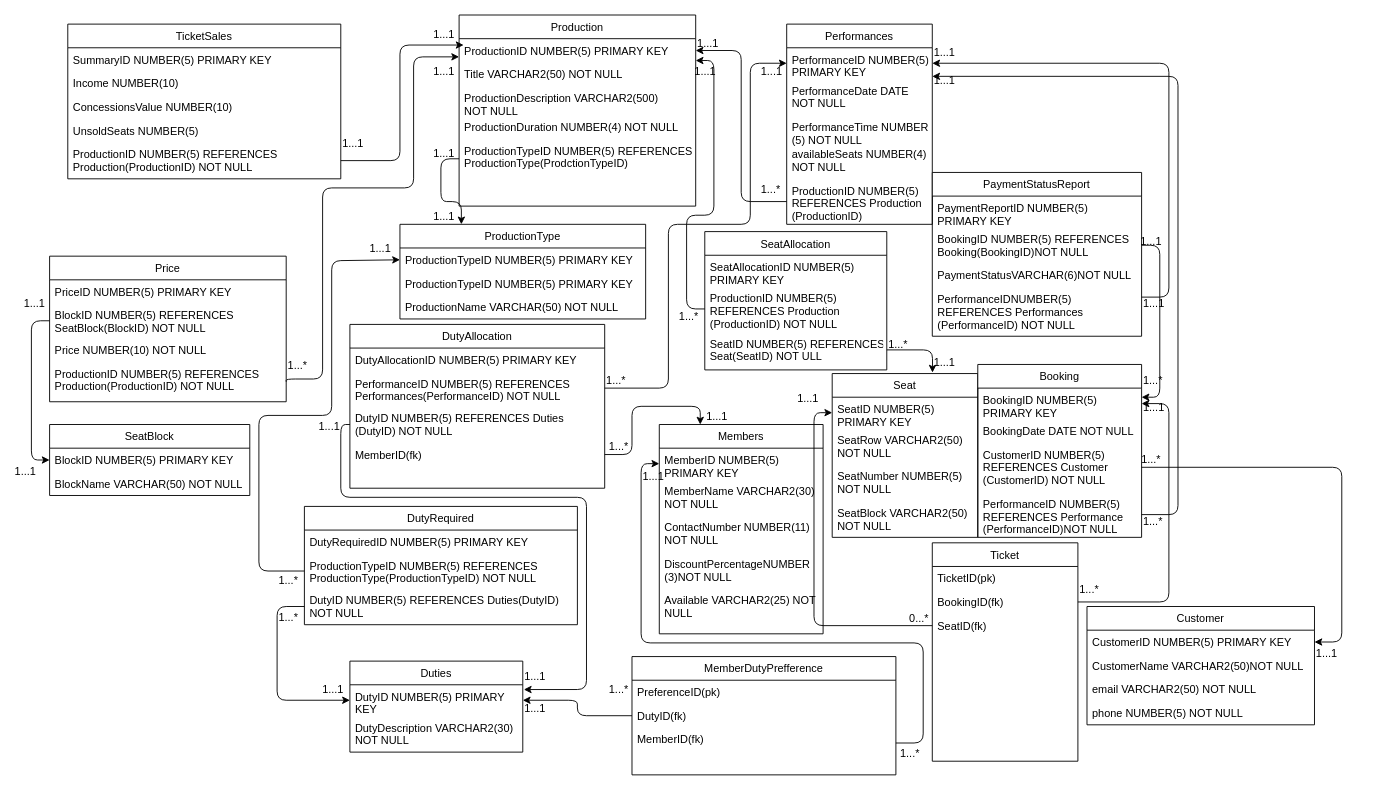
Earlier version of the draw.io diagram Untitled Diagram.drawio (iamheetp/ecomstore). Source tidied: cells renumbered, new cells numbered last; positions are measured from the earlier drawing's top-left corner, leaving out a move shared by most shapes. Both pictures are drawn from the tidied source at 91%, with x=0, y=0 at pixel (13, 15).
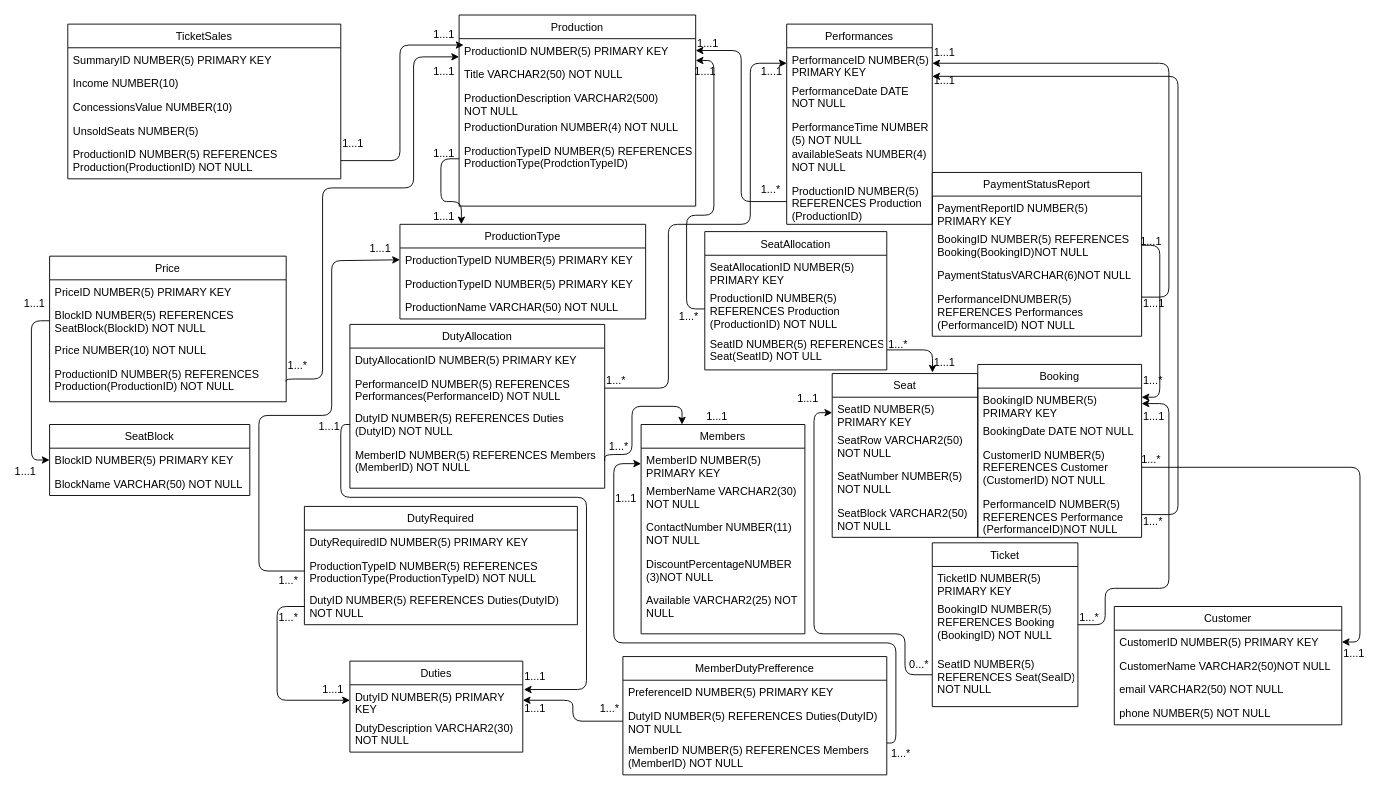
After the change.

The change refers to these unchanged cells:
```xml
<mxCell id="3" value="SeatID NUMBER(5)&#10;PRIMARY KEY" style="text;align=left;verticalAlign=top;spacingLeft=4;spacingRight=4;overflow=hidden;points=[[0,0.5],[1,0.5]];portConstraint=eastwest;" parent="2" vertex="1">
  <mxGeometry y="26" width="160" height="34" as="geometry" />
</mxCell>
<mxCell id="8" value="BookingID NUMBER(5)&#10;PRIMARY KEY" style="text;align=left;verticalAlign=top;spacingLeft=4;spacingRight=4;overflow=hidden;points=[[0,0.5],[1,0.5]];portConstraint=eastwest;" parent="7" vertex="1">
  <mxGeometry y="26" width="180" height="34" as="geometry" />
</mxCell>
<mxCell id="10" value="CustomerID NUMBER(5)&#10;REFERENCES Customer&#10;(CustomerID) NOT NULL" style="text;align=left;verticalAlign=top;spacingLeft=4;spacingRight=4;overflow=hidden;points=[[0,0.5],[1,0.5]];portConstraint=eastwest;" parent="7" vertex="1">
  <mxGeometry y="86" width="180" height="54" as="geometry" />
</mxCell>
<mxCell id="43" value="DutyAllocation" style="swimlane;fontStyle=0;align=center;verticalAlign=top;horizontal=1;startSize=26;rounded=0;shadow=0;strokeWidth=1;" parent="1" vertex="1">
  <mxGeometry x="370" y="340" width="280" height="180" as="geometry" />
</mxCell>
<mxCell id="55" value="MemberID NUMBER(5) &#10;PRIMARY KEY" style="text;align=left;verticalAlign=top;spacingLeft=4;spacingRight=4;overflow=hidden;points=[[0,0.5],[1,0.5]];portConstraint=eastwest;" parent="54" vertex="1">
  <mxGeometry y="26" width="180" height="34" as="geometry" />
</mxCell>
<mxCell id="62" value="CustomerID NUMBER(5) PRIMARY KEY" style="text;align=left;verticalAlign=top;spacingLeft=4;spacingRight=4;overflow=hidden;points=[[0,0.5],[1,0.5]];portConstraint=eastwest;" parent="61" vertex="1">
  <mxGeometry y="26" width="250" height="26" as="geometry" />
</mxCell>
```

Change to the diagram source:
```diff
@@
-    <mxCell id="47" value="MemberID(fk)" style="text;align=left;verticalAlign=top;spacingLeft=4;spacingRight=4;overflow=hidden;points=[[0,0.5],[1,0.5]];portConstraint=eastwest;rounded=0;shadow=0;html=0;" parent="43" vertex="1">
-      <mxGeometry y="130" width="280" height="26" as="geometry" />
+    <mxCell id="47" value="MemberID NUMBER(5) REFERENCES Members&#10;(MemberID) NOT NULL" style="text;align=left;verticalAlign=top;spacingLeft=4;spacingRight=4;overflow=hidden;points=[[0,0.5],[1,0.5]];portConstraint=eastwest;rounded=0;shadow=0;html=0;" parent="43" vertex="1">
+      <mxGeometry y="130" width="280" height="40" as="geometry" />
     </mxCell>
@@
     <mxCell id="53" style="edgeStyle=orthogonalEdgeStyle;rounded=1;jettySize=auto;html=1;exitX=0.25;exitY=0;exitDx=0;exitDy=0;entryX=1;entryY=0.5;entryDx=0;entryDy=0;curved=0;endArrow=none;endFill=0;startArrow=classic;startFill=1;" parent="1" edge="1" source="54" target="47">
-      <mxGeometry relative="1" as="geometry" />
+      <mxGeometry relative="1" as="geometry">
+        <Array as="points">
+          <mxPoint x="735" y="430" />
+          <mxPoint x="680" y="430" />
+          <mxPoint x="680" y="483" />
+        </Array>
+      </mxGeometry>
     </mxCell>
     <mxCell id="54" value="Members" style="swimlane;fontStyle=0;align=center;verticalAlign=top;horizontal=1;startSize=26;rounded=0;shadow=0;strokeWidth=1;" parent="1" vertex="1">
-      <mxGeometry x="710" y="450" width="180" height="230" as="geometry" />
+      <mxGeometry x="690" y="450" width="180" height="230" as="geometry" />
     </mxCell>
@@
     <mxCell id="60" style="edgeStyle=orthogonalEdgeStyle;rounded=1;jettySize=auto;html=1;exitX=1;exitY=0.5;exitDx=0;exitDy=0;entryX=1;entryY=0.5;entryDx=0;entryDy=0;endArrow=none;endFill=0;curved=0;startArrow=classic;startFill=1;" parent="1" edge="1" source="62" target="10">
       <mxGeometry relative="1" as="geometry">
         <Array as="points">
-          <mxPoint x="1460" y="689" />
-          <mxPoint x="1460" y="497" />
+          <mxPoint x="1480" y="689" />
+          <mxPoint x="1480" y="497" />
         </Array>
       </mxGeometry>
     </mxCell>
     <mxCell id="61" value="Customer" style="swimlane;fontStyle=0;align=center;verticalAlign=top;horizontal=1;startSize=26;rounded=0;shadow=0;strokeWidth=1;" parent="1" vertex="1">
-      <mxGeometry x="1180" y="650" width="250" height="130" as="geometry" />
+      <mxGeometry x="1210" y="650" width="250" height="130" as="geometry" />
     </mxCell>
@@
     <mxCell id="66" style="edgeStyle=orthogonalEdgeStyle;rounded=1;jettySize=auto;html=1;exitX=0;exitY=0.5;exitDx=0;exitDy=0;curved=0;endArrow=classic;endFill=1;entryX=0;entryY=0.5;entryDx=0;entryDy=0;startArrow=none;startFill=0;" parent="1" edge="1" source="71" target="3">
-      <mxGeometry relative="1" as="geometry" />
+      <mxGeometry relative="1" as="geometry">
+        <Array as="points">
+          <mxPoint x="980" y="725" />
+          <mxPoint x="980" y="680" />
+          <mxPoint x="880" y="680" />
+          <mxPoint x="880" y="437" />
+        </Array>
+      </mxGeometry>
     </mxCell>
     <mxCell id="67" style="edgeStyle=orthogonalEdgeStyle;rounded=1;jettySize=auto;html=1;curved=0;endArrow=classic;endFill=1;" parent="1" edge="1" source="70" target="8">
       <mxGeometry relative="1" as="geometry">
         <Array as="points">
-          <mxPoint x="1270" y="645" />
+          <mxPoint x="1200" y="670" />
+          <mxPoint x="1200" y="630" />
+          <mxPoint x="1270" y="630" />
           <mxPoint x="1270" y="427" />
         </Array>
       </mxGeometry>
     </mxCell>
     <mxCell id="68" value="Ticket" style="swimlane;fontStyle=0;align=center;verticalAlign=top;horizontal=1;startSize=26;rounded=0;shadow=0;strokeWidth=1;" parent="1" vertex="1">
-      <mxGeometry x="1010" y="580" width="160" height="240" as="geometry" />
+      <mxGeometry x="1010" y="580" width="160" height="180" as="geometry" />
     </mxCell>
-    <mxCell id="69" value="TicketID(pk)" style="text;align=left;verticalAlign=top;spacingLeft=4;spacingRight=4;overflow=hidden;" parent="68" vertex="1">
-      <mxGeometry y="26" width="160" height="26" as="geometry" />
+    <mxCell id="69" value="TicketID NUMBER(5)&#10;PRIMARY KEY" style="text;align=left;verticalAlign=top;spacingLeft=4;spacingRight=4;overflow=hidden;" parent="68" vertex="1">
+      <mxGeometry y="26" width="160" height="34" as="geometry" />
     </mxCell>
-    <mxCell id="70" value="BookingID(fk)" style="text;align=left;verticalAlign=top;spacingLeft=4;spacingRight=4;overflow=hidden;points=[[0,0.5],[1,0.5]];portConstraint=eastwest;rounded=0;shadow=0;html=0;" parent="68" vertex="1">
-      <mxGeometry y="52" width="160" height="26" as="geometry" />
+    <mxCell id="70" value="BookingID NUMBER(5)&#10;REFERENCES Booking&#10;(BookingID) NOT NULL" style="text;align=left;verticalAlign=top;spacingLeft=4;spacingRight=4;overflow=hidden;points=[[0,0.5],[1,0.5]];portConstraint=eastwest;rounded=0;shadow=0;html=0;" parent="68" vertex="1">
+      <mxGeometry y="60" width="160" height="60" as="geometry" />
     </mxCell>
-    <mxCell id="71" value="SeatID(fk)" style="text;align=left;verticalAlign=top;spacingLeft=4;spacingRight=4;overflow=hidden;points=[[0,0.5],[1,0.5]];portConstraint=eastwest;rounded=0;shadow=0;html=0;" parent="68" vertex="1">
-      <mxGeometry y="78" width="160" height="26" as="geometry" />
+    <mxCell id="71" value="SeatID NUMBER(5)&#10;REFERENCES Seat(SeaID)&#10;NOT NULL" style="text;align=left;verticalAlign=top;spacingLeft=4;spacingRight=4;overflow=hidden;points=[[0,0.5],[1,0.5]];portConstraint=eastwest;rounded=0;shadow=0;html=0;" parent="68" vertex="1">
+      <mxGeometry y="120" width="160" height="50" as="geometry" />
     </mxCell>
     <mxCell id="72" value="1...1" style="align=left;verticalAlign=bottom;labelBackgroundColor=none;fontSize=12;" parent="1" vertex="1">
-      <mxGeometry x="1430" y="710" as="geometry" />
+      <mxGeometry x="1460" y="710" as="geometry" />
     </mxCell>
@@
     <mxCell id="102" value="0...*" style="align=left;verticalAlign=bottom;labelBackgroundColor=none;fontSize=12;" parent="1" vertex="1">
-      <mxGeometry x="820" y="515" as="geometry">
+      <mxGeometry x="820" y="565" as="geometry">
         <mxPoint x="163" y="157" as="offset" />
       </mxGeometry>
     </mxCell>
@@
     <mxCell id="104" value="1...*" style="align=left;verticalAlign=bottom;labelBackgroundColor=none;fontSize=12;" parent="1" vertex="1">
-      <mxGeometry x="1170" y="640" as="geometry" />
+      <mxGeometry x="1170" y="670" as="geometry" />
     </mxCell>
     <mxCell id="105" value="1...1" style="align=left;verticalAlign=bottom;labelBackgroundColor=none;fontSize=12;" parent="1" vertex="1">
-      <mxGeometry x="1240" y="440" as="geometry" />
+      <mxGeometry x="1240" y="450" as="geometry" />
     </mxCell>
@@
     <mxCell id="128" style="edgeStyle=orthogonalEdgeStyle;rounded=1;jettySize=auto;html=1;entryX=0;entryY=0.5;entryDx=0;entryDy=0;curved=0;endArrow=classic;endFill=1;" parent="1" edge="1" source="132" target="55">
       <mxGeometry relative="1" as="geometry">
         <Array as="points">
-          <mxPoint x="1000" y="800" />
-          <mxPoint x="1000" y="690" />
-          <mxPoint x="690" y="690" />
-          <mxPoint x="690" y="493" />
+          <mxPoint x="970" y="800" />
+          <mxPoint x="970" y="690" />
+          <mxPoint x="660" y="690" />
+          <mxPoint x="660" y="493" />
         </Array>
       </mxGeometry>
     </mxCell>
     <mxCell id="129" value="MemberDutyPrefference" style="swimlane;fontStyle=0;align=center;verticalAlign=top;horizontal=1;startSize=26;rounded=0;shadow=0;strokeWidth=1;" parent="1" vertex="1">
-      <mxGeometry x="680" y="705" width="290" height="130" as="geometry" />
+      <mxGeometry x="670" y="705" width="290" height="130" as="geometry" />
     </mxCell>
-    <mxCell id="130" value="PreferenceID(pk)" style="text;align=left;verticalAlign=top;spacingLeft=4;spacingRight=4;overflow=hidden;" parent="129" vertex="1">
+    <mxCell id="130" value="PreferenceID NUMBER(5) PRIMARY KEY" style="text;align=left;verticalAlign=top;spacingLeft=4;spacingRight=4;overflow=hidden;" parent="129" vertex="1">
       <mxGeometry y="26" width="290" height="26" as="geometry" />
     </mxCell>
-    <mxCell id="131" value="DutyID(fk)" style="text;align=left;verticalAlign=top;spacingLeft=4;spacingRight=4;overflow=hidden;points=[[0,0.5],[1,0.5]];portConstraint=eastwest;rounded=0;shadow=0;html=0;" parent="129" vertex="1">
-      <mxGeometry y="52" width="290" height="26" as="geometry" />
+    <mxCell id="131" value="DutyID NUMBER(5) REFERENCES Duties(DutyID)&#10;NOT NULL" style="text;align=left;verticalAlign=top;spacingLeft=4;spacingRight=4;overflow=hidden;points=[[0,0.5],[1,0.5]];portConstraint=eastwest;rounded=0;shadow=0;html=0;" parent="129" vertex="1">
+      <mxGeometry y="52" width="290" height="38" as="geometry" />
     </mxCell>
-    <mxCell id="132" value="MemberID(fk)" style="text;align=left;verticalAlign=top;spacingLeft=4;spacingRight=4;overflow=hidden;points=[[0,0.5],[1,0.5]];portConstraint=eastwest;rounded=0;shadow=0;html=0;" parent="129" vertex="1">
-      <mxGeometry y="78" width="290" height="26" as="geometry" />
+    <mxCell id="132" value="MemberID NUMBER(5) REFERENCES Members&#10;(MemberID) NOT NULL" style="text;align=left;verticalAlign=top;spacingLeft=4;spacingRight=4;overflow=hidden;points=[[0,0.5],[1,0.5]];portConstraint=eastwest;rounded=0;shadow=0;html=0;" parent="129" vertex="1">
+      <mxGeometry y="90" width="290" height="40" as="geometry" />
     </mxCell>
@@
     <mxCell id="134" value="1...1" style="align=left;verticalAlign=bottom;labelBackgroundColor=none;fontSize=12;" parent="1" vertex="1">
-      <mxGeometry x="690" y="515" width="160" as="geometry" />
+      <mxGeometry x="660" y="540" width="160" as="geometry" />
     </mxCell>
     <mxCell id="135" value="1...*" style="align=left;verticalAlign=bottom;labelBackgroundColor=none;fontSize=12;" parent="1" vertex="1">
-      <mxGeometry x="950" y="690" as="geometry">
+      <mxGeometry x="940" y="690" as="geometry">
         <mxPoint x="23" y="130" as="offset" />
       </mxGeometry>
     </mxCell>
@@
     <mxCell id="137" value="1...*" style="align=left;verticalAlign=bottom;labelBackgroundColor=none;fontSize=12;" parent="1" vertex="1">
-      <mxGeometry x="630" y="620" as="geometry">
+      <mxGeometry x="620" y="640" as="geometry">
         <mxPoint x="23" y="130" as="offset" />
       </mxGeometry>
     </mxCell>
```
